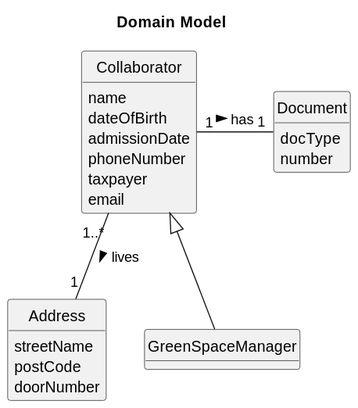
This is docs/sprint3/us22/02.analysis/svg/us22-domain-model.svg from Departamento-de-Engenharia-Informatica/lei-24-s2-1db-g022, a PlantUML export, as it was before one commit. The source it was exported from:
```plantuml
@startuml
skinparam monochrome true
skinparam packageStyle rectangle
skinparam shadowing false
skinparam classAttributeIconSize 0
hide circle
hide methods

title Domain Model

class Collaborator {
    name
    dateOfBirth
    admissionDate
    phoneNumber
    taxpayer
    email
}

class Document{
    docType
    number
}

class Address {
    streetName
    postCode
    doorNumber
}

class GreenSpaceManager {
}

Collaborator "1" - "1" Document : has >
Collaborator "1..*" -- "1" Address : lives >
Collaborator  <|--  GreenSpaceManager
@enduml
```
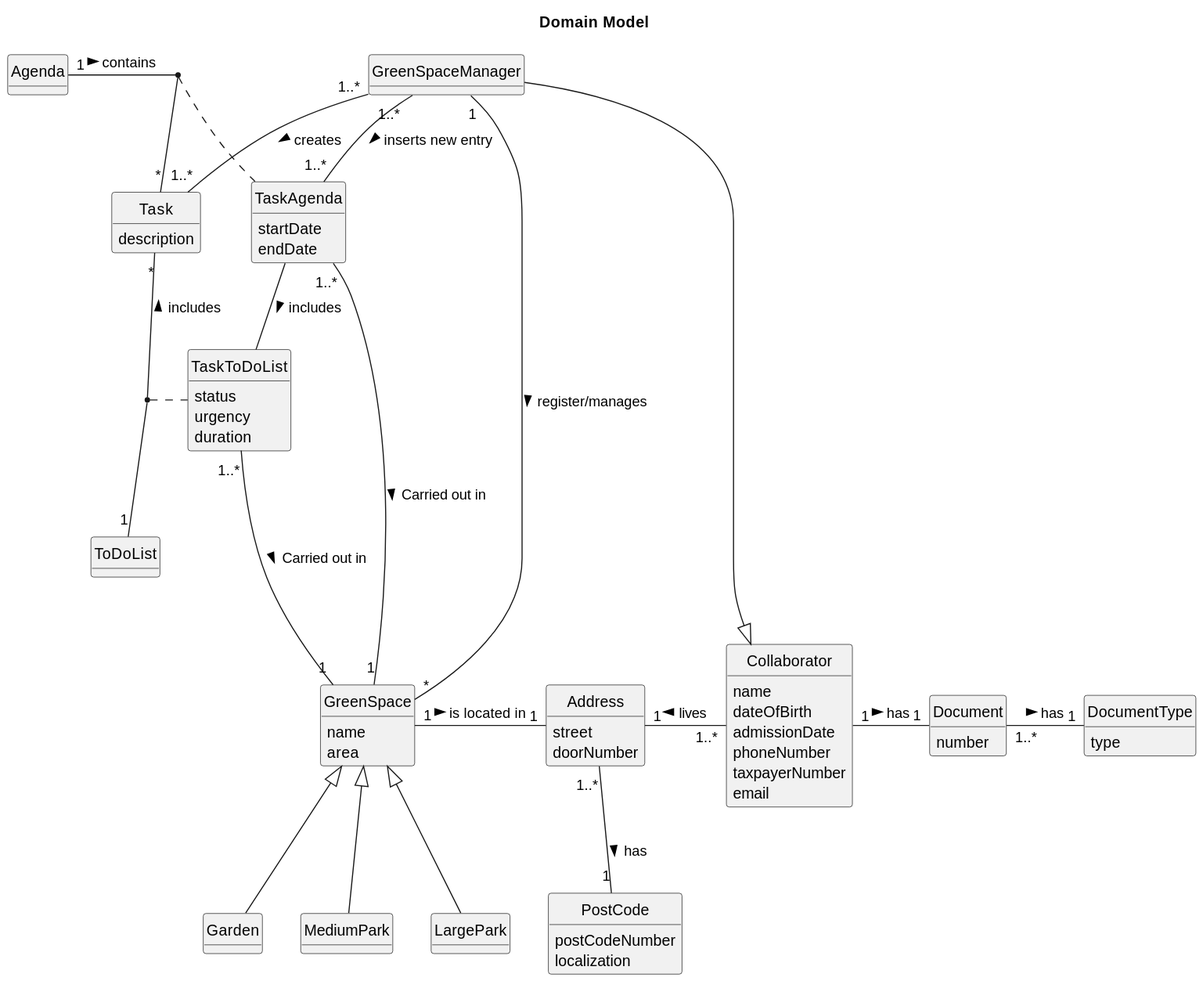
After the commit.

The edit, as a diff of the source:
```diff
@@ -13,25 +13,93 @@
     dateOfBirth
     admissionDate
     phoneNumber
-    taxpayer
+    taxpayerNumber
     email
 }
 
 class Document{
-    docType
     number
 }
 
+class DocumentType{
+    type
+}
+
 class Address {
-    streetName
-    postCode
+    street
     doorNumber
+}
+
+class PostCode{
+    postCodeNumber
+    localization
 }
 
 class GreenSpaceManager {
 }
 
+class GreenSpace {
+    name
+    area
+}
+
+class Garden {
+}
+
+class MediumPark {
+}
+
+class LargePark {
+}
+
+class ToDoList {
+}
+
+class TaskToDoList{
+    status
+    urgency
+    duration
+}
+
+class TaskAgenda{
+    startDate
+    endDate
+}
+
+class Task {
+    description
+}
+
+class Agenda{
+}
+
+Address "1..*" -- "1" PostCode : has >
+
+Document "1..*" - "1" DocumentType : has >
+
 Collaborator "1" - "1" Document : has >
-Collaborator "1..*" -- "1" Address : lives >
-Collaborator  <|--  GreenSpaceManager
+GreenSpaceManager  -|>  Collaborator
+Address "1" - "1..*" Collaborator : lives <
+
+GreenSpaceManager "1" - "*" GreenSpace : register/manages >
+GreenSpaceManager "1..*" -- "1..*" Task : creates >
+GreenSpaceManager "1..*" - "1..*" TaskAgenda : inserts new entry >
+
+GreenSpace "1" - "1" Address : is located in >
+GreenSpace <|-- Garden
+GreenSpace <|-- MediumPark
+GreenSpace <|-- LargePark
+
+TaskAgenda "1..*" ---- "1" GreenSpace :  Carried out in  >
+TaskToDoList "1..*" --- "1" GreenSpace :  Carried out in  >
+
+Task "*" -- "1" ToDoList : includes <
+
+Agenda "1" - "*" Task : contains >
+
+
+(Task,ToDoList) .. TaskToDoList
+(Task,Agenda) .. TaskAgenda
+
+TaskAgenda - TaskToDoList : includes >
 @enduml
```
